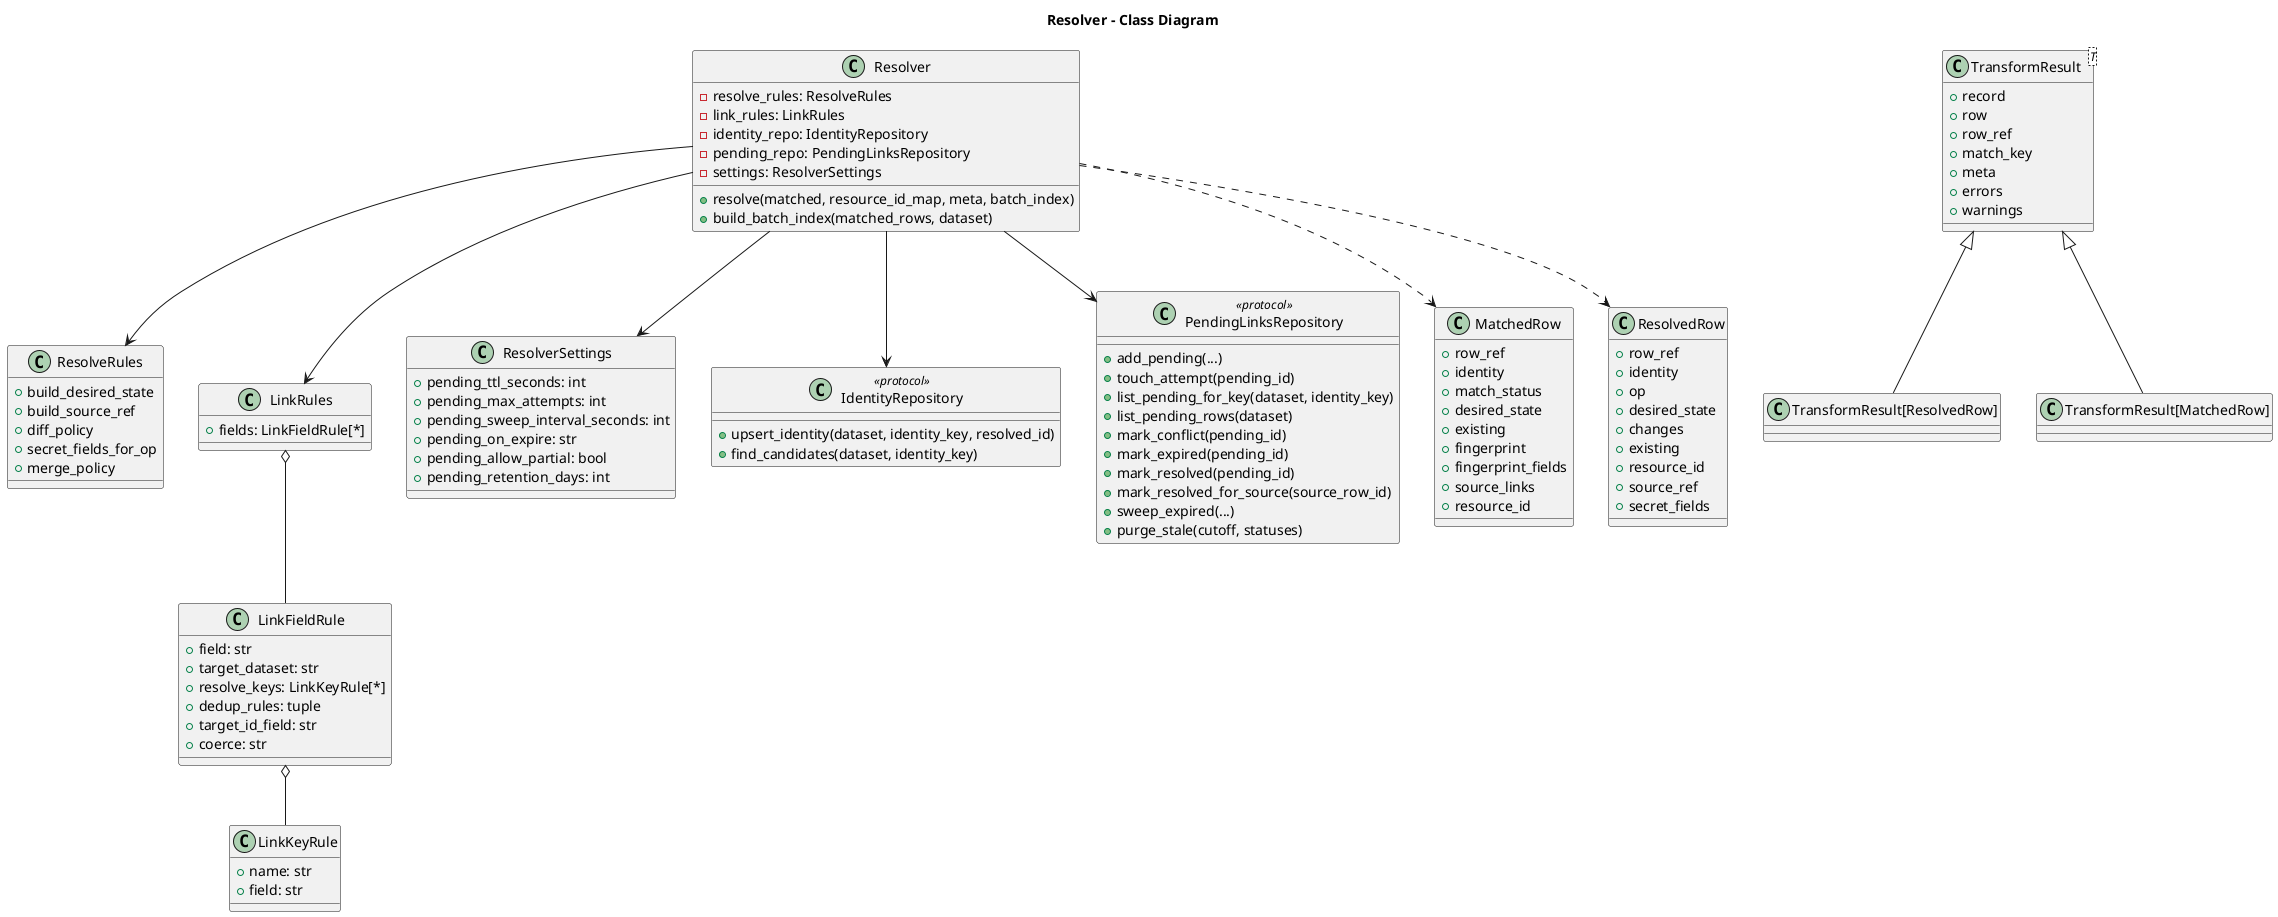
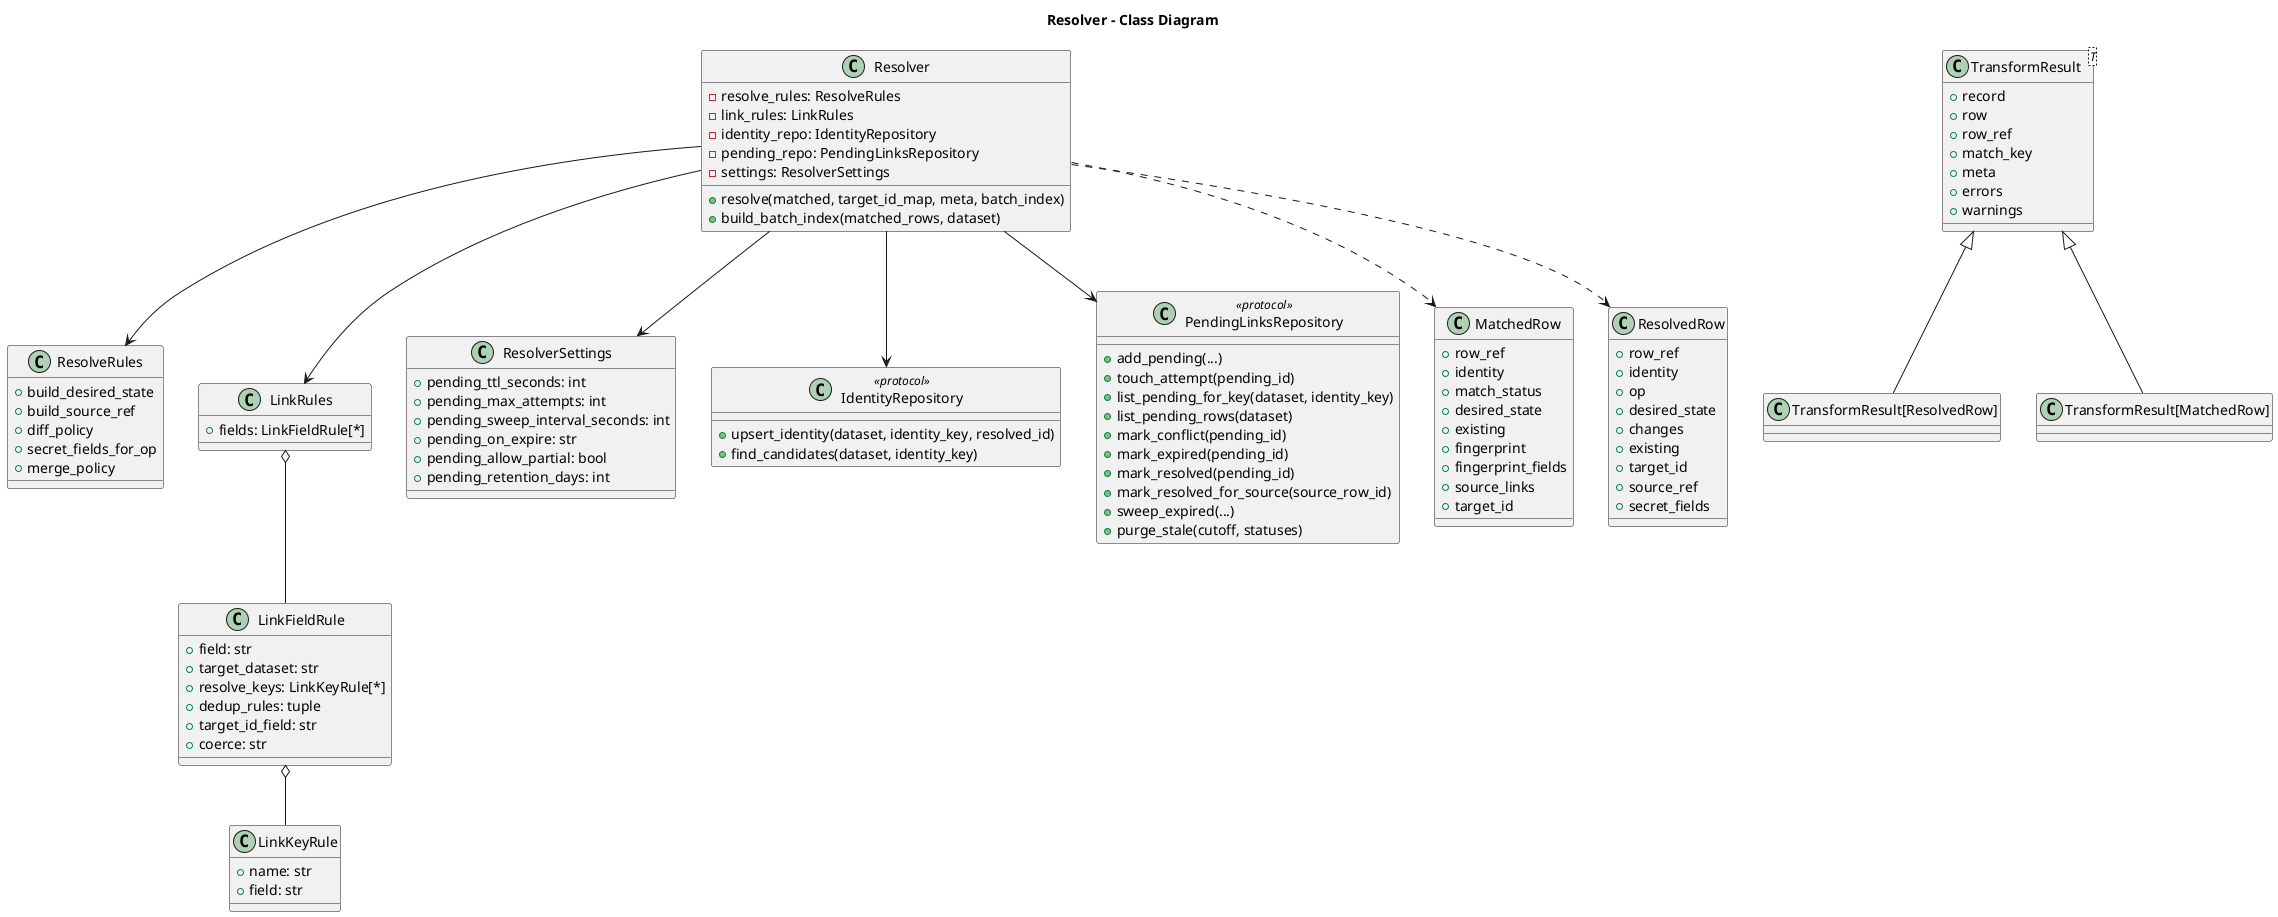
@startuml
title Resolver - Class Diagram

class Resolver {
  - resolve_rules: ResolveRules
  - link_rules: LinkRules
  - identity_repo: IdentityRepository
  - pending_repo: PendingLinksRepository
  - settings: ResolverSettings
-   + resolve(matched, resource_id_map, meta, batch_index)
+   + resolve(matched, target_id_map, meta, batch_index)
  + build_batch_index(matched_rows, dataset)
}

class ResolveRules {
  + build_desired_state
  + build_source_ref
  + diff_policy
  + secret_fields_for_op
  + merge_policy
}

class LinkRules {
  + fields: LinkFieldRule[*]
}

class LinkFieldRule {
  + field: str
  + target_dataset: str
  + resolve_keys: LinkKeyRule[*]
  + dedup_rules: tuple
  + target_id_field: str
  + coerce: str
}

class LinkKeyRule {
  + name: str
  + field: str
}

class ResolverSettings {
  + pending_ttl_seconds: int
  + pending_max_attempts: int
  + pending_sweep_interval_seconds: int
  + pending_on_expire: str
  + pending_allow_partial: bool
  + pending_retention_days: int
}

class IdentityRepository <<protocol>> {
  + upsert_identity(dataset, identity_key, resolved_id)
  + find_candidates(dataset, identity_key)
}

class PendingLinksRepository <<protocol>> {
  + add_pending(...)
  + touch_attempt(pending_id)
  + list_pending_for_key(dataset, identity_key)
  + list_pending_rows(dataset)
  + mark_conflict(pending_id)
  + mark_expired(pending_id)
  + mark_resolved(pending_id)
  + mark_resolved_for_source(source_row_id)
  + sweep_expired(...)
  + purge_stale(cutoff, statuses)
}

class MatchedRow {
  + row_ref
  + identity
  + match_status
  + desired_state
  + existing
  + fingerprint
  + fingerprint_fields
  + source_links
-   + resource_id
+   + target_id
}

class ResolvedRow {
  + row_ref
  + identity
  + op
  + desired_state
  + changes
  + existing
-   + resource_id
+   + target_id
  + source_ref
  + secret_fields
}

class TransformResult<T> {
  + record
  + row
  + row_ref
  + match_key
  + meta
  + errors
  + warnings
}

Resolver --> ResolveRules
Resolver --> LinkRules
Resolver --> IdentityRepository
Resolver --> PendingLinksRepository
Resolver --> ResolverSettings
Resolver ..> MatchedRow
Resolver ..> ResolvedRow
TransformResult <|-- "TransformResult[ResolvedRow]"
TransformResult <|-- "TransformResult[MatchedRow]"
LinkRules o-- LinkFieldRule
LinkFieldRule o-- LinkKeyRule

@enduml
